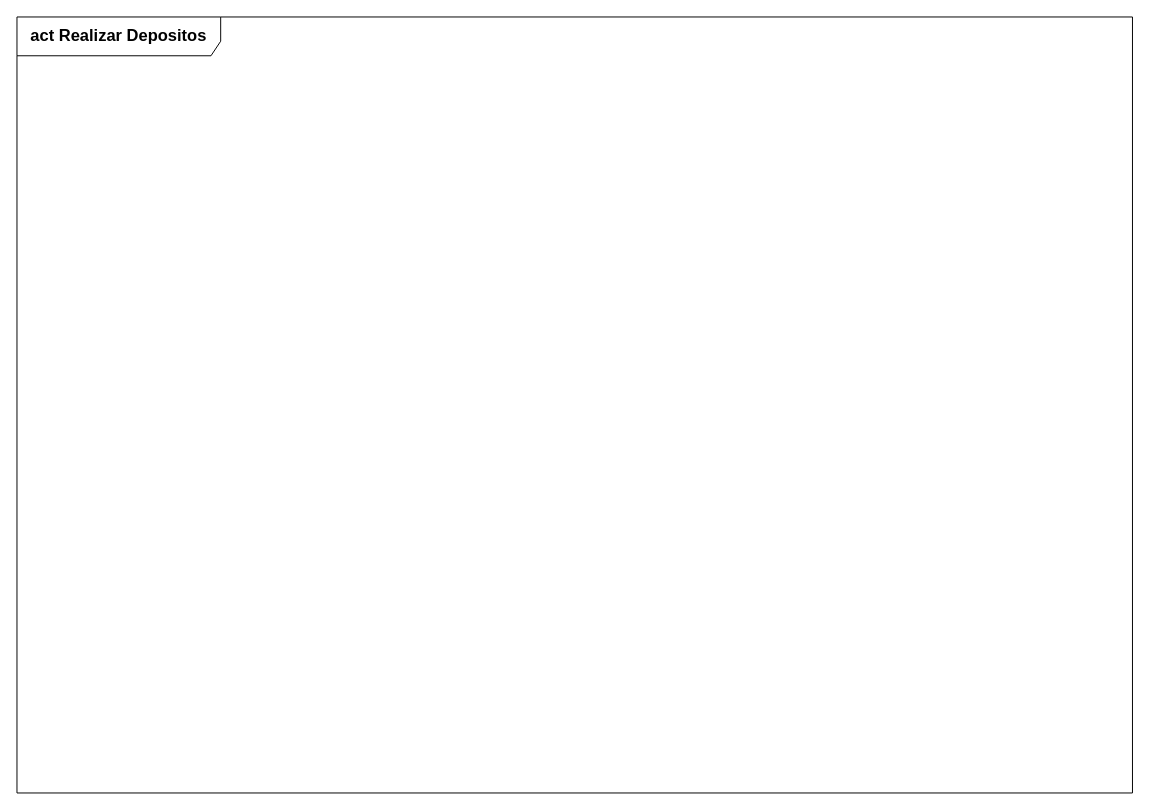
Before: page "Página-4" (4 of 4) of Untitled Diagram.drawio in FcoCarlosBarbosaMartins/ModelagemDeSistemas_Daniel, a draw.io diagram. Source tidied: cells renumbered, new cells numbered last; positions are measured from the earlier drawing's top-left corner, leaving out a move shared by most shapes. Both pictures are drawn from the tidied source at 97%, with x=0, y=0 at pixel (16, 16).
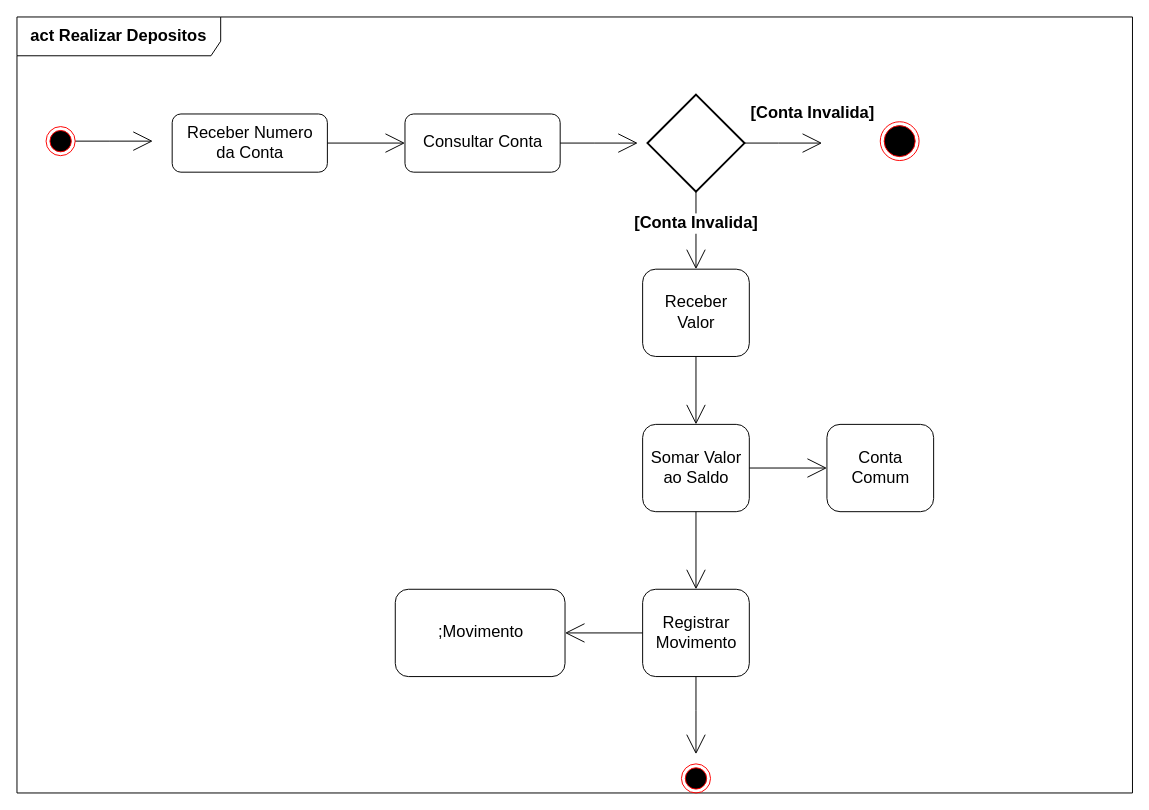
After the change.

What changed in the source:
```diff
@@
-    <mxCell id="2" value="act Realizar Depositos" style="shape=umlFrame;whiteSpace=wrap;html=1;rounded=1;shadow=0;strokeColor=#000000;strokeWidth=1;fillColor=none;gradientColor=none;fontSize=17;align=center;width=210;height=40;fontStyle=1;" parent="1" vertex="1">
+    <mxCell id="2" value="act Realizar Depositos" style="shape=umlFrame;whiteSpace=wrap;html=1;rounded=1;shadow=0;strokeColor=#000000;strokeWidth=1;fillColor=none;gradientColor=none;fontSize=17;align=center;width=210;height=40;fontStyle=1;labelBackgroundColor=#ffffff;" parent="1" vertex="1">
       <mxGeometry width="1150" height="800" as="geometry" />
     </mxCell>
+    <mxCell id="3" style="edgeStyle=orthogonalEdgeStyle;rounded=0;jumpSize=9;jettySize=auto;html=1;startArrow=none;startFill=0;startSize=20;endArrow=open;endFill=0;endSize=18;strokeWidth=1;fontSize=17;" parent="1" edge="1" source="4" target="6">
+      <mxGeometry relative="1" as="geometry" />
+    </mxCell>
+    <mxCell id="4" value="Receber Numero &lt;br&gt;da Conta" style="html=1;rounded=1;shadow=0;strokeColor=#000000;strokeWidth=1;fillColor=none;gradientColor=none;fontSize=17;align=center;" parent="1" vertex="1">
+      <mxGeometry x="160" y="100" width="160" height="60" as="geometry" />
+    </mxCell>
+    <mxCell id="5" style="edgeStyle=orthogonalEdgeStyle;rounded=0;jumpSize=9;jettySize=auto;html=1;startArrow=none;startFill=0;startSize=20;endArrow=open;endFill=0;endSize=18;strokeWidth=1;fontSize=17;" parent="1" edge="1" source="6">
+      <mxGeometry relative="1" as="geometry">
+        <mxPoint x="640" y="130" as="targetPoint" />
+      </mxGeometry>
+    </mxCell>
+    <mxCell id="6" value="Consultar Conta" style="html=1;rounded=1;shadow=0;strokeColor=#000000;strokeWidth=1;fillColor=none;gradientColor=none;fontSize=17;align=center;" parent="1" vertex="1">
+      <mxGeometry x="400" y="100" width="160" height="60" as="geometry" />
+    </mxCell>
+    <mxCell id="7" style="edgeStyle=orthogonalEdgeStyle;rounded=0;jumpSize=9;jettySize=auto;html=1;startArrow=none;startFill=0;startSize=20;endArrow=open;endFill=0;endSize=18;strokeWidth=1;fontSize=17;" parent="1" edge="1" source="9">
+      <mxGeometry relative="1" as="geometry">
+        <mxPoint x="700" y="260" as="targetPoint" />
+      </mxGeometry>
+    </mxCell>
+    <mxCell id="8" style="edgeStyle=orthogonalEdgeStyle;rounded=0;jumpSize=9;jettySize=auto;html=1;startArrow=none;startFill=0;startSize=20;endArrow=open;endFill=0;endSize=18;strokeWidth=1;fontSize=17;" parent="1" edge="1" source="9">
+      <mxGeometry relative="1" as="geometry">
+        <mxPoint x="830" y="130" as="targetPoint" />
+      </mxGeometry>
+    </mxCell>
+    <mxCell id="9" style="strokeWidth=2;html=1;shape=mxgraph.flowchart.decision;whiteSpace=wrap;rounded=1;shadow=0;fillColor=none;gradientColor=none;fontSize=17;align=center;" parent="1" vertex="1">
+      <mxGeometry x="650" y="80" width="100" height="100" as="geometry" />
+    </mxCell>
+    <mxCell id="10" style="edgeStyle=orthogonalEdgeStyle;rounded=0;jumpSize=9;jettySize=auto;html=1;startArrow=none;startFill=0;startSize=20;endArrow=open;endFill=0;endSize=18;strokeWidth=1;fontSize=17;" parent="1" edge="1" source="11" target="14">
+      <mxGeometry relative="1" as="geometry" />
+    </mxCell>
+    <mxCell id="11" value="Receber&lt;br&gt;Valor&lt;br&gt;" style="html=1;rounded=1;shadow=0;strokeColor=#000000;strokeWidth=1;fillColor=none;gradientColor=none;fontSize=17;align=center;" parent="1" vertex="1">
+      <mxGeometry x="645" y="260" width="110" height="90" as="geometry" />
+    </mxCell>
+    <mxCell id="12" style="edgeStyle=orthogonalEdgeStyle;rounded=0;jumpSize=9;jettySize=auto;html=1;startArrow=none;startFill=0;startSize=20;endArrow=open;endFill=0;endSize=18;strokeWidth=1;fontSize=17;" parent="1" edge="1" source="14" target="18">
+      <mxGeometry relative="1" as="geometry" />
+    </mxCell>
+    <mxCell id="13" style="edgeStyle=orthogonalEdgeStyle;rounded=0;jumpSize=9;jettySize=auto;html=1;startArrow=none;startFill=0;startSize=20;endArrow=open;endFill=0;endSize=18;strokeWidth=1;fontSize=17;" parent="1" edge="1" source="14" target="15">
+      <mxGeometry relative="1" as="geometry" />
+    </mxCell>
+    <mxCell id="14" value="Somar Valor&lt;br&gt;ao Saldo&lt;br&gt;" style="html=1;rounded=1;shadow=0;strokeColor=#000000;strokeWidth=1;fillColor=none;gradientColor=none;fontSize=17;align=center;" parent="1" vertex="1">
+      <mxGeometry x="645" y="420" width="110" height="90" as="geometry" />
+    </mxCell>
+    <mxCell id="15" value="Conta&lt;br&gt;Comum&lt;br&gt;" style="html=1;rounded=1;shadow=0;strokeColor=#000000;strokeWidth=1;fillColor=none;gradientColor=none;fontSize=17;align=center;" parent="1" vertex="1">
+      <mxGeometry x="835" y="420" width="110" height="90" as="geometry" />
+    </mxCell>
+    <mxCell id="16" style="edgeStyle=orthogonalEdgeStyle;rounded=0;jumpSize=9;jettySize=auto;html=1;startArrow=none;startFill=0;startSize=20;endArrow=open;endFill=0;endSize=18;strokeWidth=1;fontSize=17;" parent="1" edge="1" source="18" target="19">
+      <mxGeometry relative="1" as="geometry" />
+    </mxCell>
+    <mxCell id="17" style="edgeStyle=orthogonalEdgeStyle;rounded=0;jumpSize=9;jettySize=auto;html=1;startArrow=none;startFill=0;startSize=20;endArrow=open;endFill=0;endSize=18;strokeWidth=1;fontSize=17;" parent="1" edge="1" source="18">
+      <mxGeometry relative="1" as="geometry">
+        <mxPoint x="700" y="760" as="targetPoint" />
+      </mxGeometry>
+    </mxCell>
+    <mxCell id="18" value="Registrar&lt;br&gt;Movimento&lt;br&gt;" style="html=1;rounded=1;shadow=0;strokeColor=#000000;strokeWidth=1;fillColor=none;gradientColor=none;fontSize=17;align=center;" parent="1" vertex="1">
+      <mxGeometry x="645" y="590" width="110" height="90" as="geometry" />
+    </mxCell>
+    <mxCell id="19" value=";Movimento&lt;br&gt;" style="html=1;rounded=1;shadow=0;strokeColor=#000000;strokeWidth=1;fillColor=none;gradientColor=none;fontSize=17;align=center;" parent="1" vertex="1">
+      <mxGeometry x="390" y="590" width="175" height="90" as="geometry" />
+    </mxCell>
+    <mxCell id="20" style="ellipse;html=1;shape=endState;fillColor=#000000;strokeColor=#ff0000;rounded=1;shadow=0;labelBackgroundColor=#000000;fontSize=17;align=center;" parent="1" vertex="1">
+      <mxGeometry x="890" y="108" width="40" height="40" as="geometry" />
+    </mxCell>
+    <mxCell id="21" value="[Conta Invalida]" style="text;align=center;fontStyle=1;verticalAlign=middle;spacingLeft=3;spacingRight=3;strokeColor=none;rounded=1;shadow=0;labelBackgroundColor=#FFFFFF;fillColor=none;gradientColor=none;fontSize=17;html=1;" parent="1" vertex="1">
+      <mxGeometry x="780" y="87" width="80" height="26" as="geometry" />
+    </mxCell>
+    <mxCell id="22" value="[Conta Invalida]" style="text;align=center;fontStyle=1;verticalAlign=middle;spacingLeft=3;spacingRight=3;strokeColor=none;rounded=1;shadow=0;labelBackgroundColor=#FFFFFF;fillColor=none;gradientColor=none;fontSize=17;html=1;" parent="1" vertex="1">
+      <mxGeometry x="660" y="200" width="80" height="26" as="geometry" />
+    </mxCell>
+    <mxCell id="23" style="edgeStyle=orthogonalEdgeStyle;rounded=0;jumpSize=9;jettySize=auto;html=1;startArrow=none;startFill=0;startSize=20;endArrow=open;endFill=0;endSize=18;strokeWidth=1;fontSize=17;" parent="1" edge="1" source="24">
+      <mxGeometry relative="1" as="geometry">
+        <mxPoint x="140" y="128" as="targetPoint" />
+      </mxGeometry>
+    </mxCell>
+    <mxCell id="24" style="ellipse;html=1;shape=endState;fillColor=#000000;strokeColor=#ff0000;rounded=1;shadow=0;labelBackgroundColor=#FFFFFF;fontSize=17;align=center;" parent="1" vertex="1">
+      <mxGeometry x="30" y="113" width="30" height="30" as="geometry" />
+    </mxCell>
+    <mxCell id="25" style="ellipse;html=1;shape=endState;fillColor=#000000;strokeColor=#ff0000;rounded=1;shadow=0;labelBackgroundColor=#FFFFFF;fontSize=17;align=center;" parent="1" vertex="1">
+      <mxGeometry x="685" y="770" width="30" height="30" as="geometry" />
+    </mxCell>
```
